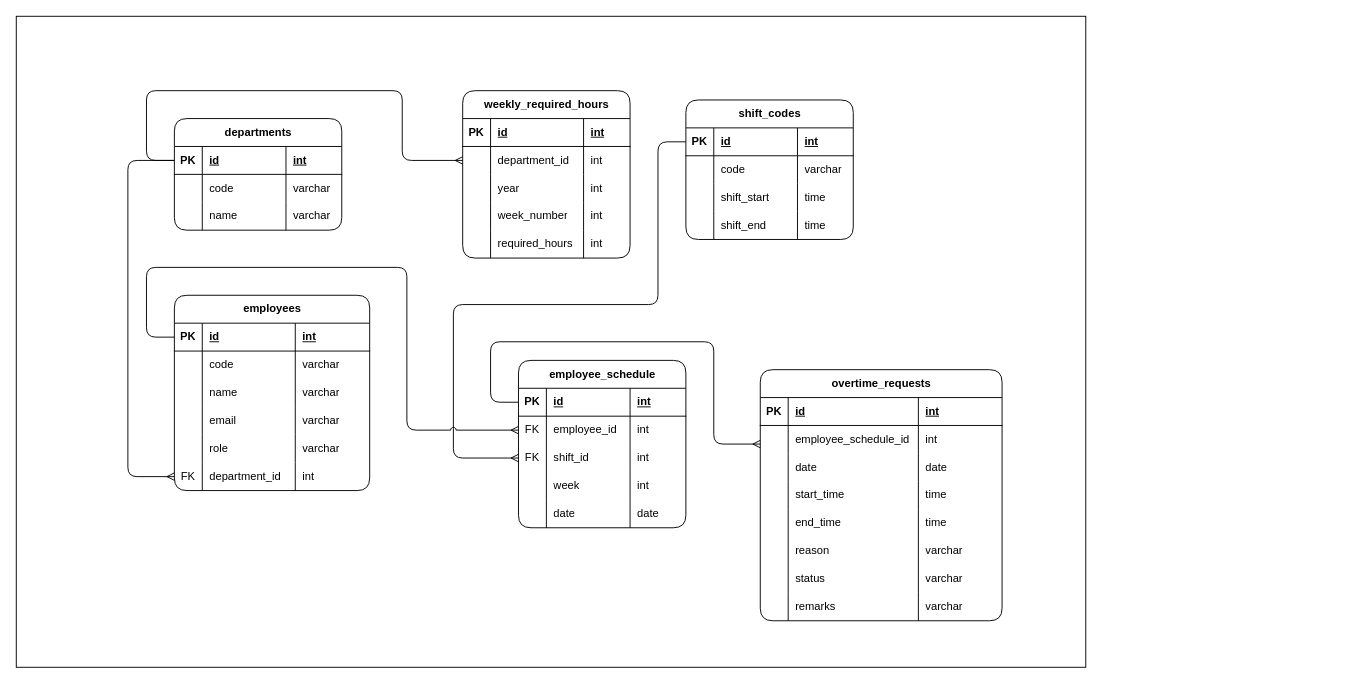
This is overtime-tracker-erd.drawio from marksxiety/overtime-tracker-dev, a draw.io file, before an edit. Source tidied: cells renumbered, new cells numbered last; positions are measured from the earlier drawing's top-left corner, leaving out a move shared by most shapes. Both pictures are drawn from the tidied source at 93%, with x=0, y=0 at pixel (16, 16).
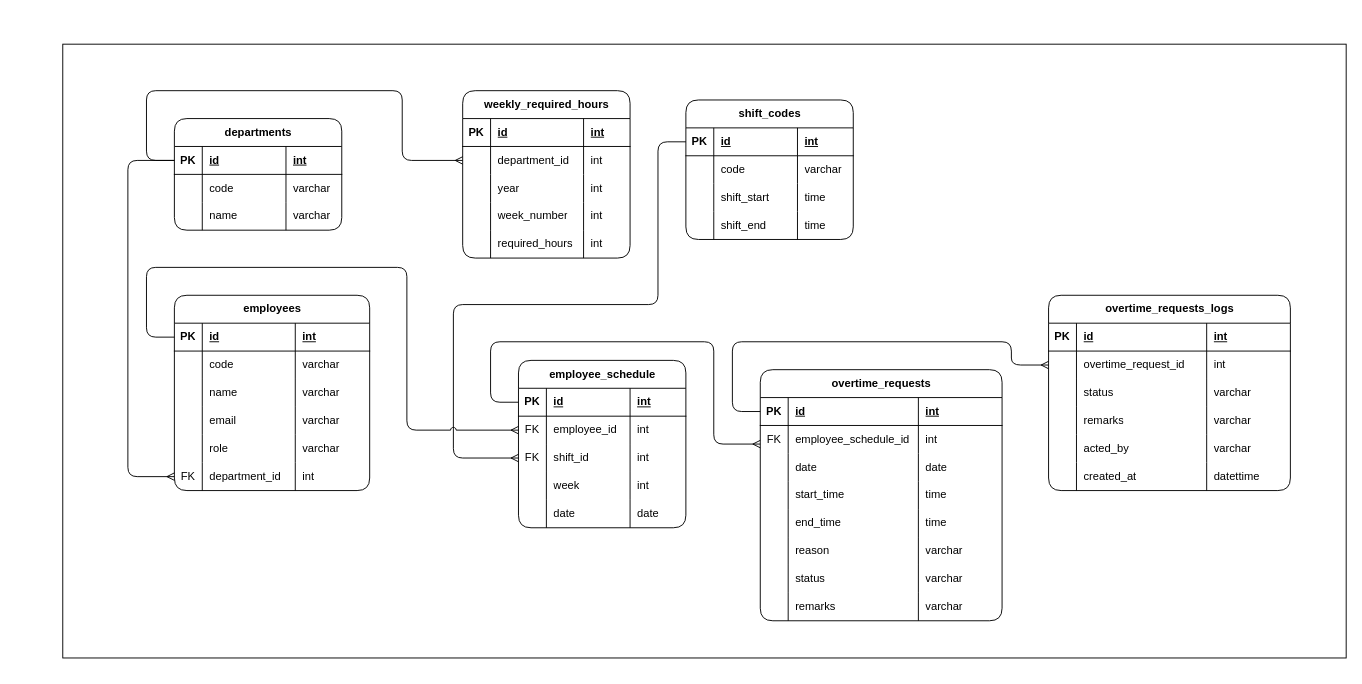
After the change.

Commit message:
chore: add overtime_request_logs in the ERD

The change refers to these unchanged cells:
```xml
<mxCell id="88" style="shape=tableRow;horizontal=0;startSize=0;swimlaneHead=0;swimlaneBody=0;fillColor=none;points=[[0,0.5],[1,0.5]];portConstraint=eastwest;top=0;left=0;right=0;bottom=1;" parent="87" vertex="1">
  <mxGeometry y="30" width="260" height="30" as="geometry" />
</mxCell>
<mxCell id="92" style="shape=tableRow;horizontal=0;startSize=0;swimlaneHead=0;swimlaneBody=0;fillColor=none;top=0;left=0;right=0;bottom=0;" parent="87" vertex="1">
  <mxGeometry y="60" width="260" height="30" as="geometry" />
</mxCell>
```

What changed in the source:
```diff
@@
     <mxCell id="2" style="rounded=0;whiteSpace=wrap;html=1;" parent="1" vertex="1">
-      <mxGeometry width="1150" height="700" as="geometry" />
+      <mxGeometry x="50" y="30" width="1380" height="660" as="geometry" />
     </mxCell>
@@
-    <mxCell id="93" style="shape=partialRectangle;fillColor=none;top=0;left=0;bottom=0;right=0;overflow=hidden;whiteSpace=wrap;html=1;" parent="92" vertex="1">
+    <mxCell id="93" value="FK" style="shape=partialRectangle;fillColor=none;top=0;left=0;bottom=0;right=0;overflow=hidden;whiteSpace=wrap;html=1;" parent="92" vertex="1">
       <mxGeometry width="30" height="30" as="geometry" />
     </mxCell>
@@
+    <mxCell id="138" value="overtime_requests_logs" style="shape=table;startSize=30;childLayout=tableLayout;rowLines=0;fontStyle=1;align=center;html=1;rounded=1;" parent="1" vertex="1">
+      <mxGeometry x="1110" y="300" width="260" height="210" as="geometry" />
+    </mxCell>
+    <mxCell id="139" style="shape=tableRow;horizontal=0;startSize=0;swimlaneHead=0;swimlaneBody=0;fillColor=none;top=0;left=0;right=0;bottom=1;" parent="138" vertex="1">
+      <mxGeometry y="30" width="260" height="30" as="geometry" />
+    </mxCell>
+    <mxCell id="140" value="PK" style="shape=partialRectangle;fillColor=none;top=0;left=0;bottom=0;right=0;fontStyle=1;overflow=hidden;whiteSpace=wrap;html=1;" parent="139" vertex="1">
+      <mxGeometry width="30" height="30" as="geometry" />
+    </mxCell>
+    <mxCell id="141" value="id" style="shape=partialRectangle;fillColor=none;top=0;left=0;bottom=0;right=0;align=left;spacingLeft=6;fontStyle=5;overflow=hidden;whiteSpace=wrap;html=1;" parent="139" vertex="1">
+      <mxGeometry x="30" width="140" height="30" as="geometry" />
+    </mxCell>
+    <mxCell id="142" value="int" style="shape=partialRectangle;fillColor=none;top=0;left=0;bottom=0;right=0;align=left;spacingLeft=6;fontStyle=5;overflow=hidden;whiteSpace=wrap;html=1;" parent="139" vertex="1">
+      <mxGeometry x="170" width="90" height="30" as="geometry" />
+    </mxCell>
+    <mxCell id="143" style="shape=tableRow;horizontal=0;startSize=0;swimlaneHead=0;swimlaneBody=0;fillColor=none;points=[[0,0.5],[1,0.5]];portConstraint=eastwest;top=0;left=0;right=0;bottom=0;" parent="138" vertex="1">
+      <mxGeometry y="60" width="260" height="30" as="geometry" />
+    </mxCell>
+    <mxCell id="144" style="shape=partialRectangle;fillColor=none;top=0;left=0;bottom=0;right=0;overflow=hidden;whiteSpace=wrap;html=1;" parent="143" vertex="1">
+      <mxGeometry width="30" height="30" as="geometry" />
+    </mxCell>
+    <mxCell id="145" value="overtime_request_id" style="shape=partialRectangle;fillColor=none;top=0;left=0;bottom=0;right=0;align=left;spacingLeft=6;overflow=hidden;whiteSpace=wrap;html=1;" parent="143" vertex="1">
+      <mxGeometry x="30" width="140" height="30" as="geometry" />
+    </mxCell>
+    <mxCell id="146" value="int" style="shape=partialRectangle;fillColor=none;top=0;left=0;bottom=0;right=0;align=left;spacingLeft=6;overflow=hidden;whiteSpace=wrap;html=1;" parent="143" vertex="1">
+      <mxGeometry x="170" width="90" height="30" as="geometry" />
+    </mxCell>
+    <mxCell id="147" style="shape=tableRow;horizontal=0;startSize=0;swimlaneHead=0;swimlaneBody=0;fillColor=none;top=0;left=0;right=0;bottom=0;" parent="138" vertex="1">
+      <mxGeometry y="90" width="260" height="30" as="geometry" />
+    </mxCell>
+    <mxCell id="148" style="shape=partialRectangle;fillColor=none;top=0;left=0;bottom=0;right=0;overflow=hidden;whiteSpace=wrap;html=1;" parent="147" vertex="1">
+      <mxGeometry width="30" height="30" as="geometry" />
+    </mxCell>
+    <mxCell id="149" value="status" style="shape=partialRectangle;fillColor=none;top=0;left=0;bottom=0;right=0;align=left;spacingLeft=6;overflow=hidden;whiteSpace=wrap;html=1;" parent="147" vertex="1">
+      <mxGeometry x="30" width="140" height="30" as="geometry" />
+    </mxCell>
+    <mxCell id="150" value="varchar" style="shape=partialRectangle;fillColor=none;top=0;left=0;bottom=0;right=0;align=left;spacingLeft=6;overflow=hidden;whiteSpace=wrap;html=1;" parent="147" vertex="1">
+      <mxGeometry x="170" width="90" height="30" as="geometry" />
+    </mxCell>
+    <mxCell id="151" style="shape=tableRow;horizontal=0;startSize=0;swimlaneHead=0;swimlaneBody=0;fillColor=none;top=0;left=0;right=0;bottom=0;" parent="138" vertex="1">
+      <mxGeometry y="120" width="260" height="30" as="geometry" />
+    </mxCell>
+    <mxCell id="152" style="shape=partialRectangle;fillColor=none;top=0;left=0;bottom=0;right=0;overflow=hidden;whiteSpace=wrap;html=1;" parent="151" vertex="1">
+      <mxGeometry width="30" height="30" as="geometry" />
+    </mxCell>
+    <mxCell id="153" value="remarks" style="shape=partialRectangle;fillColor=none;top=0;left=0;bottom=0;right=0;align=left;spacingLeft=6;overflow=hidden;whiteSpace=wrap;html=1;" parent="151" vertex="1">
+      <mxGeometry x="30" width="140" height="30" as="geometry" />
+    </mxCell>
+    <mxCell id="154" value="varchar" style="shape=partialRectangle;fillColor=none;top=0;left=0;bottom=0;right=0;align=left;spacingLeft=6;overflow=hidden;whiteSpace=wrap;html=1;" parent="151" vertex="1">
+      <mxGeometry x="170" width="90" height="30" as="geometry" />
+    </mxCell>
+    <mxCell id="155" style="shape=tableRow;horizontal=0;startSize=0;swimlaneHead=0;swimlaneBody=0;fillColor=none;top=0;left=0;right=0;bottom=0;" parent="138" vertex="1">
+      <mxGeometry y="150" width="260" height="30" as="geometry" />
+    </mxCell>
+    <mxCell id="156" style="shape=partialRectangle;fillColor=none;top=0;left=0;bottom=0;right=0;overflow=hidden;whiteSpace=wrap;html=1;" parent="155" vertex="1">
+      <mxGeometry width="30" height="30" as="geometry" />
+    </mxCell>
+    <mxCell id="157" value="acted_by" style="shape=partialRectangle;fillColor=none;top=0;left=0;bottom=0;right=0;align=left;spacingLeft=6;overflow=hidden;whiteSpace=wrap;html=1;" parent="155" vertex="1">
+      <mxGeometry x="30" width="140" height="30" as="geometry" />
+    </mxCell>
+    <mxCell id="158" value="varchar" style="shape=partialRectangle;fillColor=none;top=0;left=0;bottom=0;right=0;align=left;spacingLeft=6;overflow=hidden;whiteSpace=wrap;html=1;" parent="155" vertex="1">
+      <mxGeometry x="170" width="90" height="30" as="geometry" />
+    </mxCell>
+    <mxCell id="159" style="shape=tableRow;horizontal=0;startSize=0;swimlaneHead=0;swimlaneBody=0;fillColor=none;top=0;left=0;right=0;bottom=0;" parent="138" vertex="1">
+      <mxGeometry y="180" width="260" height="30" as="geometry" />
+    </mxCell>
+    <mxCell id="160" style="shape=partialRectangle;fillColor=none;top=0;left=0;bottom=0;right=0;overflow=hidden;whiteSpace=wrap;html=1;" parent="159" vertex="1">
+      <mxGeometry width="30" height="30" as="geometry" />
+    </mxCell>
+    <mxCell id="161" value="created_at" style="shape=partialRectangle;fillColor=none;top=0;left=0;bottom=0;right=0;align=left;spacingLeft=6;overflow=hidden;whiteSpace=wrap;html=1;" parent="159" vertex="1">
+      <mxGeometry x="30" width="140" height="30" as="geometry" />
+    </mxCell>
+    <mxCell id="162" value="datettime" style="shape=partialRectangle;fillColor=none;top=0;left=0;bottom=0;right=0;align=left;spacingLeft=6;overflow=hidden;whiteSpace=wrap;html=1;" parent="159" vertex="1">
+      <mxGeometry x="170" width="90" height="30" as="geometry" />
+    </mxCell>
+    <mxCell id="163" style="edgeStyle=orthogonalEdgeStyle;rounded=1;jettySize=auto;html=1;curved=0;jumpStyle=arc;endArrow=ERmany;endFill=0;exitX=0;exitY=0.5;exitDx=0;exitDy=0;entryX=0;entryY=0.5;entryDx=0;entryDy=0;" parent="1" edge="1" source="88" target="143">
+      <mxGeometry relative="1" as="geometry">
+        <Array as="points">
+          <mxPoint x="770" y="425" />
+          <mxPoint x="770" y="350" />
+          <mxPoint x="1070" y="350" />
+          <mxPoint x="1070" y="375" />
+        </Array>
+      </mxGeometry>
+    </mxCell>
```
